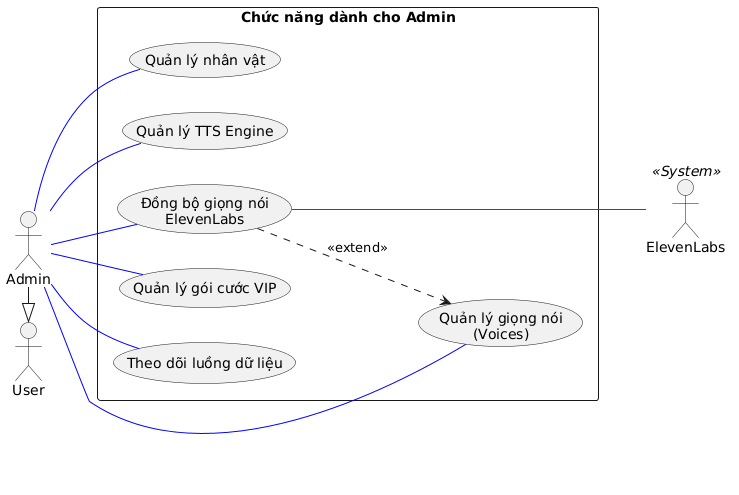
The PlantUML diagram temp/01-UseCase/UML-UseCase-Admin.png in 20206205Tech/docs-uml, before a commit.
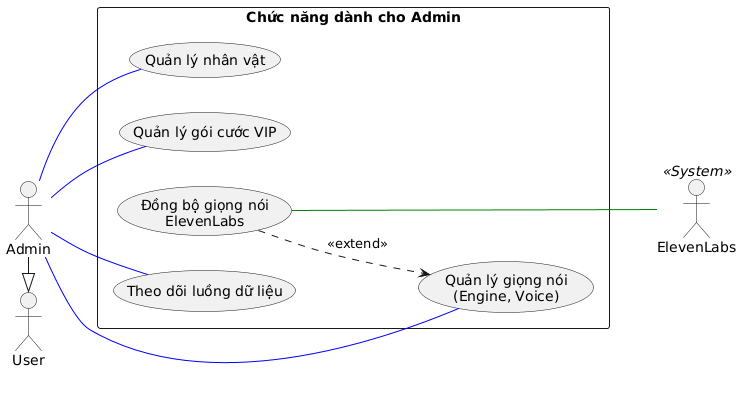
After the change.

Diff of the diagram source:
```diff
@@ -11,8 +11,7 @@
 
 rectangle "Chức năng dành cho Admin" {
   usecase "Quản lý nhân vật" as UC_ManagePersona
-  usecase "Quản lý TTS Engine" as UC_ManageTtsEngine
-  usecase "Quản lý giọng nói\n(Voices)" as UC_ManageVoice
+  usecase "Quản lý giọng nói\n(Engine, Voice)" as UC_ManageVoice
   usecase "Đồng bộ giọng nói\nElevenLabs" as UC_SyncElevenLabs
   usecase "Quản lý gói cước VIP" as UC_ManagePlans
   usecase "Theo dõi luồng dữ liệu" as UC_PipelineReport
@@ -21,9 +20,7 @@
 }
 
 Admin -- UC_ManagePersona #blue
-Admin -- UC_ManageTtsEngine #blue
 Admin -- UC_ManageVoice #blue
-Admin -- UC_SyncElevenLabs #blue
 Admin -- UC_ManagePlans #blue
 Admin -- UC_PipelineReport #blue
 
```
